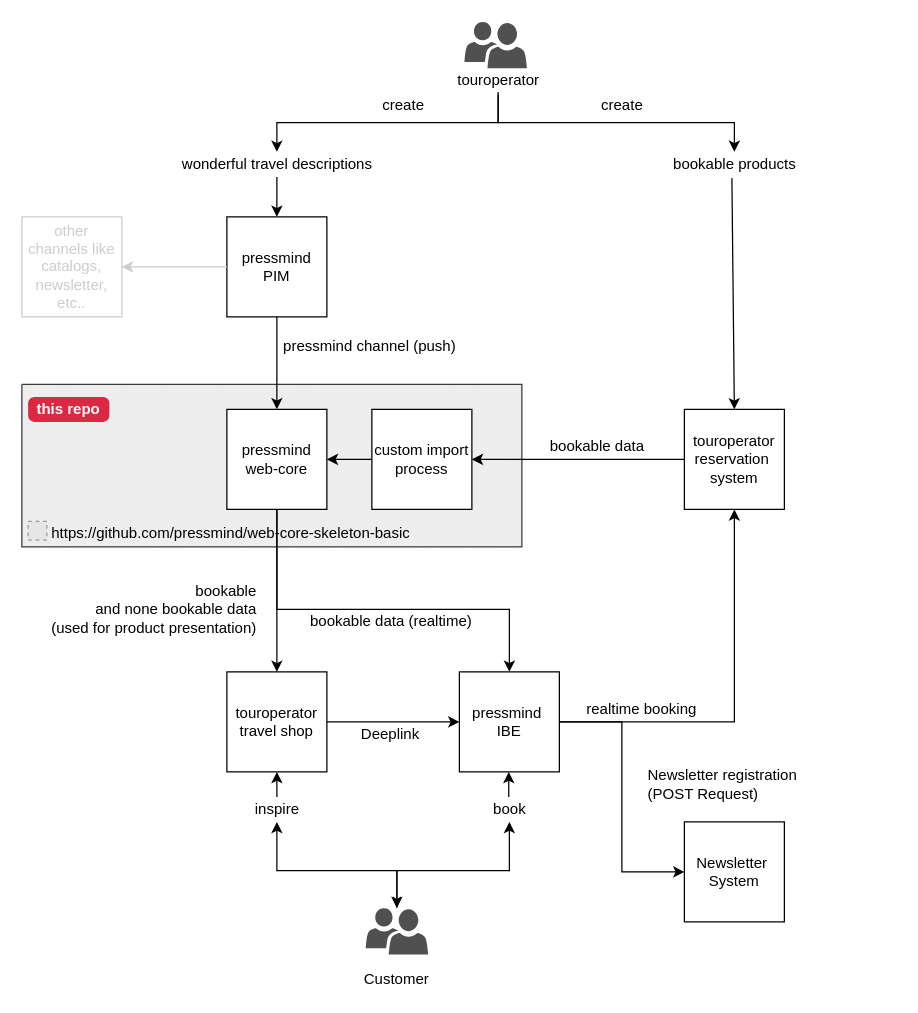
pressmind/web-core-skeleton-basic keeps this draw.io diagram as quickstart/assets/pressmind_web_core.drawio. Above is the earlier version. Source tidied: cells renumbered, new cells numbered last; positions are measured from the earlier drawing's top-left corner, leaving out a move shared by most shapes. Both pictures are drawn from the tidied source at 125%, with x=0, y=0 at pixel (21, 21). Pictures stored in the file or linked from it are replaced by grey dashed boxes.
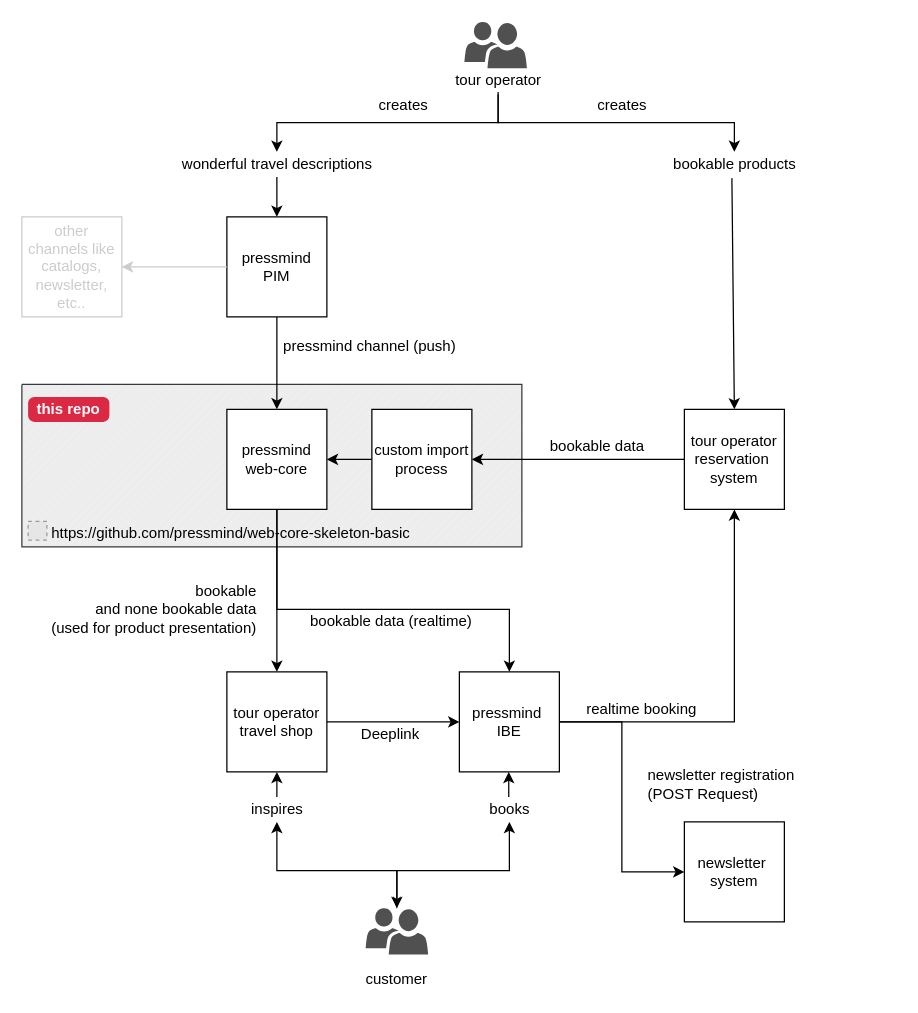
After the change.

Diff of the diagram source:
```diff
@@
-    <mxCell id="8" value="touroperator&lt;br&gt;reservation&amp;nbsp;&lt;br&gt;system" style="whiteSpace=wrap;html=1;" parent="1" vertex="1">
+    <mxCell id="8" value="tour operator&lt;br&gt;reservation&amp;nbsp;&lt;br&gt;system" style="whiteSpace=wrap;html=1;" parent="1" vertex="1">
       <mxGeometry x="530" y="310" width="80" height="80" as="geometry" />
     </mxCell>
@@
-    <mxCell id="12" value="touroperator travel shop" style="whiteSpace=wrap;html=1;" parent="1" vertex="1">
+    <mxCell id="12" value="tour operator travel shop" style="whiteSpace=wrap;html=1;" parent="1" vertex="1">
       <mxGeometry x="164" y="520" width="80" height="80" as="geometry" />
     </mxCell>
@@
-    <mxCell id="20" value="Customer" style="text;html=1;strokeColor=none;fillColor=none;align=center;verticalAlign=middle;whiteSpace=wrap;rounded=0;" parent="1" vertex="1">
+    <mxCell id="20" value="customer" style="text;html=1;strokeColor=none;fillColor=none;align=center;verticalAlign=middle;whiteSpace=wrap;rounded=0;" parent="1" vertex="1">
       <mxGeometry x="280" y="756" width="40" height="20" as="geometry" />
     </mxCell>
@@
-    <mxCell id="24" value="&lt;span&gt;touroperator&lt;/span&gt;" style="text;html=1;align=center;verticalAlign=middle;points=[];" parent="1" vertex="1">
+    <mxCell id="24" value="&lt;span&gt;tour operator&lt;/span&gt;" style="text;html=1;align=center;verticalAlign=middle;points=[];" parent="1" vertex="1">
       <mxGeometry x="341" y="37" width="80" height="20" as="geometry" />
     </mxCell>
@@
-    <mxCell id="28" value="create" style="text;html=1;align=center;verticalAlign=middle;" parent="1" vertex="1">
+    <mxCell id="28" value="creates" style="text;html=1;align=center;verticalAlign=middle;" parent="1" vertex="1">
       <mxGeometry x="280" y="57" width="50" height="20" as="geometry" />
     </mxCell>
-    <mxCell id="29" value="create" style="text;html=1;align=center;verticalAlign=middle;" parent="1" vertex="1">
+    <mxCell id="29" value="creates" style="text;html=1;align=center;verticalAlign=middle;" parent="1" vertex="1">
       <mxGeometry x="455" y="57" width="50" height="20" as="geometry" />
     </mxCell>
@@
-    <mxCell id="32" value="inspire" style="text;html=1;align=center;verticalAlign=middle;points=[];" parent="1" vertex="1">
-      <mxGeometry x="179" y="620" width="50" height="20" as="geometry" />
+    <mxCell id="32" value="inspires" style="text;html=1;align=center;verticalAlign=middle;points=[];" parent="1" vertex="1">
+      <mxGeometry x="174" y="620" width="60" height="20" as="geometry" />
     </mxCell>
-    <mxCell id="33" value="book" style="text;html=1;align=center;verticalAlign=middle;points=[];" parent="1" vertex="1">
-      <mxGeometry x="370" y="620" width="40" height="20" as="geometry" />
+    <mxCell id="33" value="books" style="text;html=1;align=center;verticalAlign=middle;points=[];" parent="1" vertex="1">
+      <mxGeometry x="365" y="620" width="50" height="20" as="geometry" />
     </mxCell>
@@
-    <mxCell id="38" value="Newsletter&amp;nbsp;&lt;br&gt;System" style="whiteSpace=wrap;html=1;" parent="1" vertex="1">
+    <mxCell id="38" value="newsletter&amp;nbsp;&lt;br&gt;system" style="whiteSpace=wrap;html=1;" parent="1" vertex="1">
       <mxGeometry x="530" y="640" width="80" height="80" as="geometry" />
     </mxCell>
@@
-    <mxCell id="40" value="Newsletter registration&lt;br&gt;(POST Request)" style="text;html=1;strokeColor=none;fillColor=none;align=left;verticalAlign=middle;whiteSpace=wrap;rounded=0;" parent="1" vertex="1">
+    <mxCell id="40" value="newsletter registration&lt;br&gt;(POST Request)" style="text;html=1;strokeColor=none;fillColor=none;align=left;verticalAlign=middle;whiteSpace=wrap;rounded=0;" parent="1" vertex="1">
       <mxGeometry x="499" y="600" width="200" height="20" as="geometry" />
     </mxCell>
```
